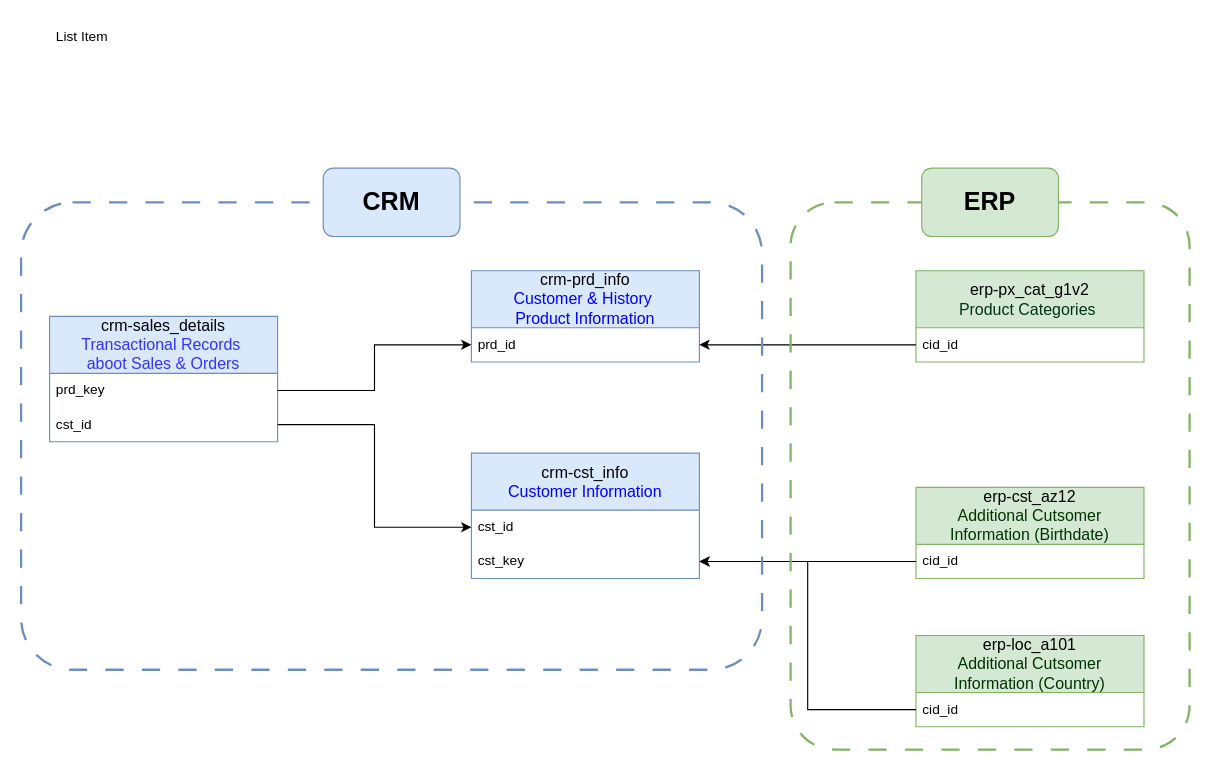
The draw.io diagram drawio/integration_model.drawio in KonstantinData/SQL-Data-Warehouse, before the edit. Source tidied: cells renumbered, new cells numbered last; positions are measured from the earlier drawing's top-left corner, leaving out a move shared by most shapes. Both pictures are drawn from the tidied source at 114%, with x=0, y=0 at pixel (21, 19).
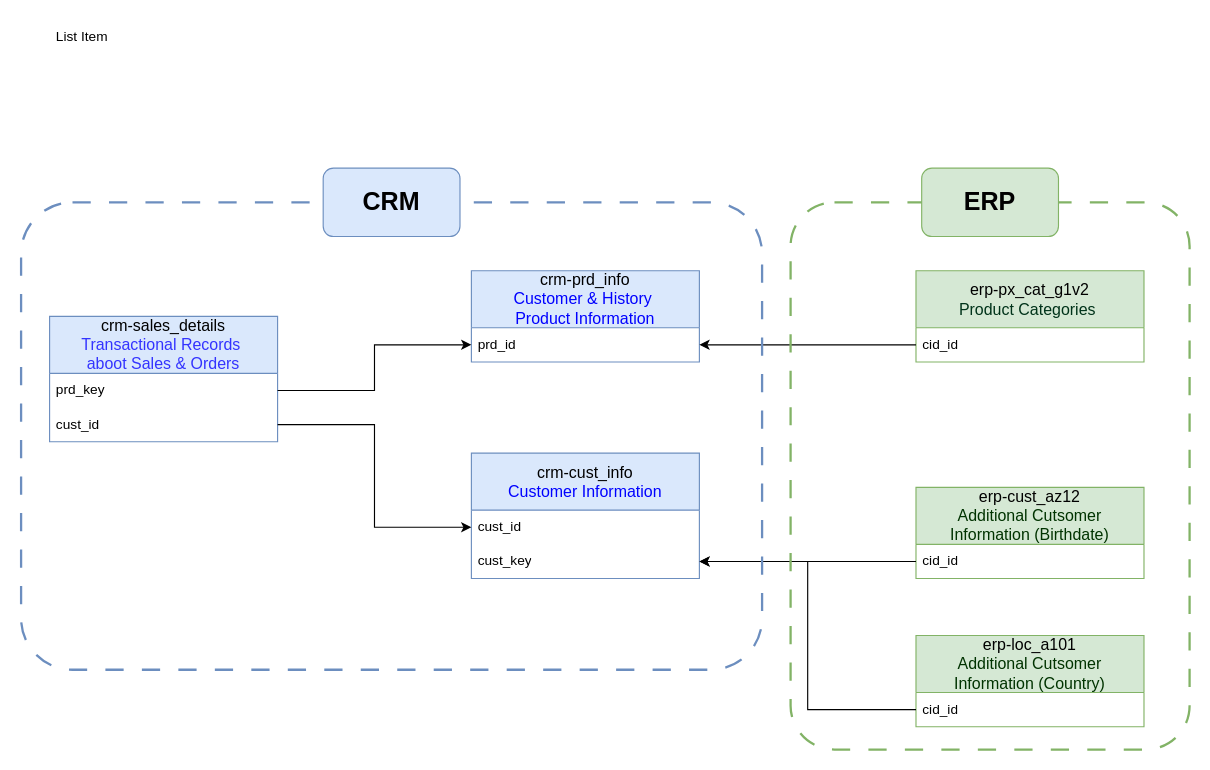
Above is the later version.

Unchanged cells that the change refers to:
```xml
<mxCell id="7" value="&lt;font style=&quot;font-size: 14px;&quot;&gt;crm-sales_details&lt;/font&gt;&lt;div&gt;&lt;font style=&quot;font-size: 14px; color: rgb(51, 51, 255);&quot;&gt;Transactional Records&amp;nbsp;&lt;/font&gt;&lt;/div&gt;&lt;div&gt;&lt;font style=&quot;font-size: 14px; color: rgb(51, 51, 255);&quot;&gt;aboot Sales &amp;amp; Orders&lt;/font&gt;&lt;/div&gt;" style="swimlane;fontStyle=0;horizontal=1;startSize=50;whiteSpace=wrap;html=1;fillColor=#dae8fc;strokeColor=#6c8ebf;" parent="1" vertex="1">
  <mxGeometry x="25" y="260" width="200" height="110" as="geometry" />
</mxCell>
```

Change to the diagram source:
```diff
@@
-    <mxCell id="2" value="&lt;font style=&quot;font-size: 14px;&quot;&gt;crm-cst_info&lt;/font&gt;&lt;div&gt;&lt;font style=&quot;font-size: 14px; color: rgb(0, 0, 255);&quot;&gt;Customer Information&lt;/font&gt;&lt;/div&gt;" style="swimlane;fontStyle=0;horizontal=1;startSize=50;whiteSpace=wrap;html=1;fillColor=#dae8fc;strokeColor=#6c8ebf;" parent="1" vertex="1">
+    <mxCell id="2" value="&lt;font style=&quot;font-size: 14px;&quot;&gt;crm-cust_info&lt;/font&gt;&lt;div&gt;&lt;font style=&quot;font-size: 14px; color: rgb(0, 0, 255);&quot;&gt;Customer Information&lt;/font&gt;&lt;/div&gt;" style="swimlane;fontStyle=0;horizontal=1;startSize=50;whiteSpace=wrap;html=1;fillColor=#dae8fc;strokeColor=#6c8ebf;" parent="1" vertex="1">
       <mxGeometry x="395" y="380" width="200" height="110" as="geometry" />
     </mxCell>
-    <mxCell id="3" value="cst_id" style="text;strokeColor=none;fillColor=none;align=left;verticalAlign=middle;spacingLeft=4;spacingRight=4;overflow=hidden;points=[[0,0.5],[1,0.5]];portConstraint=eastwest;whiteSpace=wrap;html=1;" parent="2" vertex="1">
+    <mxCell id="3" value="cust_id" style="text;strokeColor=none;fillColor=none;align=left;verticalAlign=middle;spacingLeft=4;spacingRight=4;overflow=hidden;points=[[0,0.5],[1,0.5]];portConstraint=eastwest;whiteSpace=wrap;html=1;" parent="2" vertex="1">
       <mxGeometry y="50" width="200" height="30" as="geometry" />
     </mxCell>
-    <mxCell id="4" value="cst_key" style="text;strokeColor=none;fillColor=none;align=left;verticalAlign=middle;spacingLeft=4;spacingRight=4;overflow=hidden;points=[[0,0.5],[1,0.5]];portConstraint=eastwest;whiteSpace=wrap;html=1;" parent="2" vertex="1">
+    <mxCell id="4" value="cust_key" style="text;strokeColor=none;fillColor=none;align=left;verticalAlign=middle;spacingLeft=4;spacingRight=4;overflow=hidden;points=[[0,0.5],[1,0.5]];portConstraint=eastwest;whiteSpace=wrap;html=1;" parent="2" vertex="1">
       <mxGeometry y="80" width="200" height="30" as="geometry" />
     </mxCell>
@@
-    <mxCell id="9" value="cst_id" style="text;strokeColor=none;fillColor=none;align=left;verticalAlign=middle;spacingLeft=4;spacingRight=4;overflow=hidden;points=[[0,0.5],[1,0.5]];portConstraint=eastwest;whiteSpace=wrap;html=1;" parent="7" vertex="1">
+    <mxCell id="9" value="cust_id" style="text;strokeColor=none;fillColor=none;align=left;verticalAlign=middle;spacingLeft=4;spacingRight=4;overflow=hidden;points=[[0,0.5],[1,0.5]];portConstraint=eastwest;whiteSpace=wrap;html=1;" parent="7" vertex="1">
       <mxGeometry y="80" width="200" height="30" as="geometry" />
     </mxCell>
@@
-    <mxCell id="12" value="&lt;font style=&quot;font-size: 14px;&quot;&gt;erp-cst_az12&lt;/font&gt;&lt;div&gt;&lt;font style=&quot;font-size: 14px; color: rgb(0, 51, 0);&quot;&gt;Additional Cutsomer&lt;br&gt;&lt;/font&gt;&lt;/div&gt;&lt;div&gt;&lt;font style=&quot;font-size: 14px; color: rgb(0, 51, 0);&quot;&gt;Information (Birthdate)&lt;/font&gt;&lt;/div&gt;" style="swimlane;fontStyle=0;horizontal=1;startSize=50;whiteSpace=wrap;html=1;fillColor=#d5e8d4;strokeColor=#82b366;" parent="1" vertex="1">
+    <mxCell id="12" value="&lt;font style=&quot;font-size: 14px;&quot;&gt;erp-cust_az12&lt;/font&gt;&lt;div&gt;&lt;font style=&quot;font-size: 14px; color: rgb(0, 51, 0);&quot;&gt;Additional Cutsomer&lt;br&gt;&lt;/font&gt;&lt;/div&gt;&lt;div&gt;&lt;font style=&quot;font-size: 14px; color: rgb(0, 51, 0);&quot;&gt;Information (Birthdate)&lt;/font&gt;&lt;/div&gt;" style="swimlane;fontStyle=0;horizontal=1;startSize=50;whiteSpace=wrap;html=1;fillColor=#d5e8d4;strokeColor=#82b366;" parent="1" vertex="1">
       <mxGeometry x="785" y="410" width="200" height="80" as="geometry" />
     </mxCell>
```
